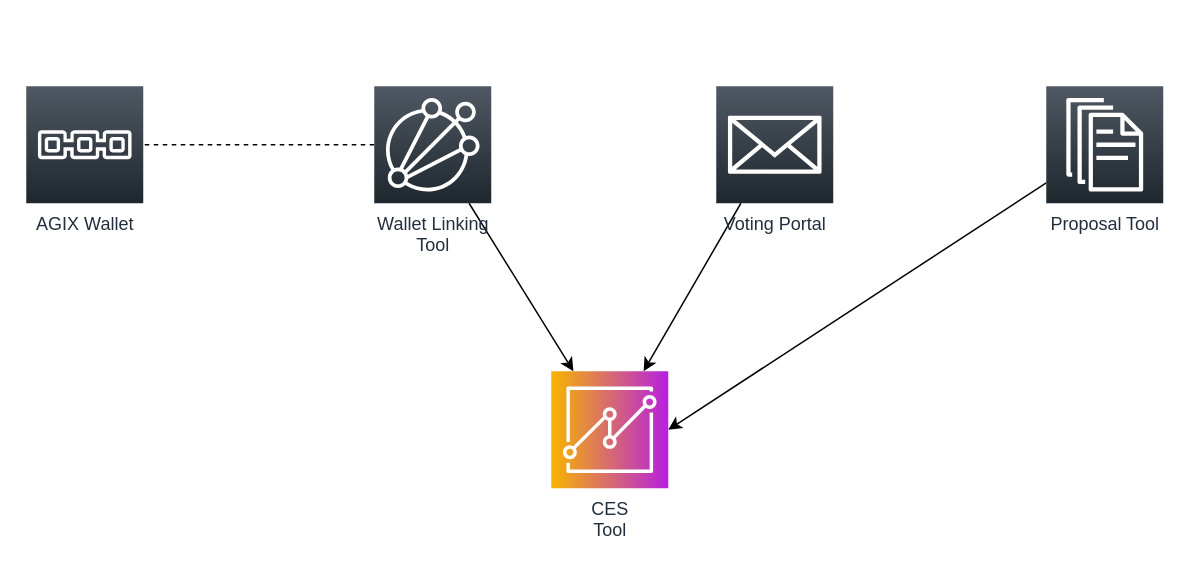
This is ces_tool/docs/images/system_overview.drawio from Photrek/Community-Governance, a draw.io file, before an edit. Source tidied: cells renumbered, new cells numbered last; positions are measured from the earlier drawing's top-left corner, leaving out a move shared by most shapes. Both pictures are drawn from the tidied source at 150%, with x=0, y=0 at pixel (26, 86).
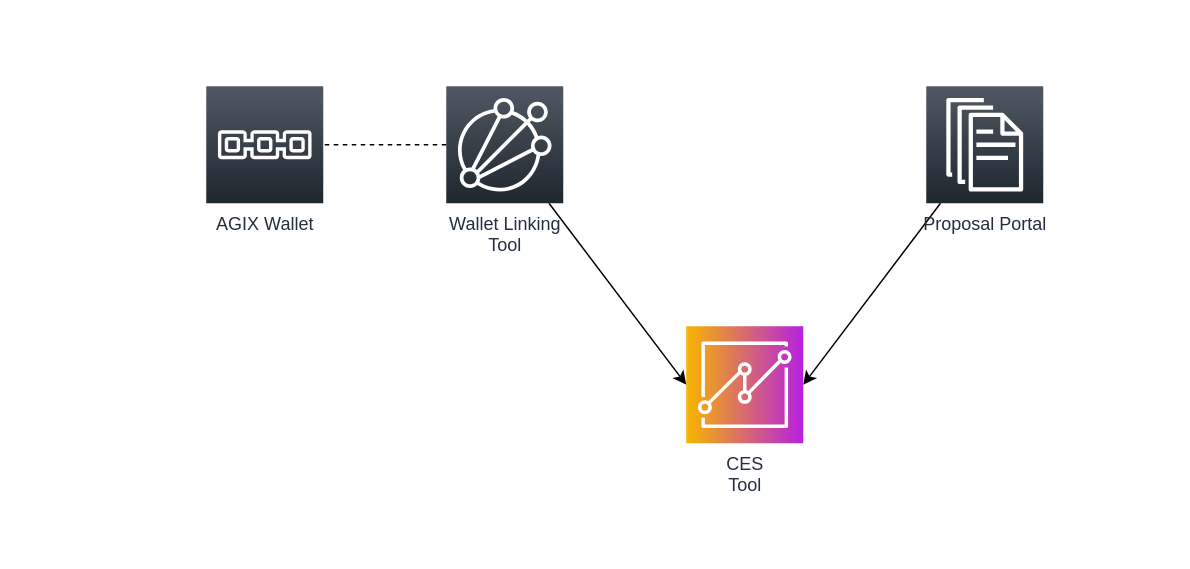
After the change.

Change to the diagram source:
```diff
@@
 <mxGraphModel>
   <root>
     <mxCell id="0" />
     <mxCell id="1" parent="0" />
-    <mxCell id="2" style="html=1;elbow=vertical;" parent="1" edge="1" source="3" target="10">
-      <mxGeometry relative="1" as="geometry" />
-    </mxCell>
-    <mxCell id="3" value="Voting Portal" style="sketch=0;points=[[0,0,0],[0.25,0,0],[0.5,0,0],[0.75,0,0],[1,0,0],[0,1,0],[0.25,1,0],[0.5,1,0],[0.75,1,0],[1,1,0],[0,0.25,0],[0,0.5,0],[0,0.75,0],[1,0.25,0],[1,0.5,0],[1,0.75,0]];gradientDirection=north;outlineConnect=0;fontColor=#232F3E;gradientColor=#505863;fillColor=#1E262E;strokeColor=#ffffff;dashed=0;verticalLabelPosition=bottom;verticalAlign=top;align=center;html=1;fontSize=12;fontStyle=0;shape=mxgraph.aws4.resourceIcon;resIcon=mxgraph.aws4.email_2;" parent="1" vertex="1">
-      <mxGeometry x="460" width="78" height="78" as="geometry" />
-    </mxCell>
+    <mxCell id="11" style="rounded=0;whiteSpace=wrap;html=1;strokeColor=none;" parent="1" vertex="1">
+      <mxGeometry x="100" y="-40" width="600" height="320" as="geometry" />
+    </mxCell>
     <mxCell id="4" style="edgeStyle=none;html=1;entryX=1;entryY=0.5;entryDx=0;entryDy=0;entryPerimeter=0;endArrow=classic;endFill=1;elbow=vertical;" parent="1" edge="1" source="5" target="10">
       <mxGeometry relative="1" as="geometry" />
     </mxCell>
-    <mxCell id="5" value="Proposal Tool" style="sketch=0;points=[[0,0,0],[0.25,0,0],[0.5,0,0],[0.75,0,0],[1,0,0],[0,1,0],[0.25,1,0],[0.5,1,0],[0.75,1,0],[1,1,0],[0,0.25,0],[0,0.5,0],[0,0.75,0],[1,0.25,0],[1,0.5,0],[1,0.75,0]];gradientDirection=north;outlineConnect=0;fontColor=#232F3E;gradientColor=#505863;fillColor=#1E262E;strokeColor=#ffffff;dashed=0;verticalLabelPosition=bottom;verticalAlign=top;align=center;html=1;fontSize=12;fontStyle=0;shape=mxgraph.aws4.resourceIcon;resIcon=mxgraph.aws4.documents;" parent="1" vertex="1">
-      <mxGeometry x="680" width="78" height="78" as="geometry" />
+    <mxCell id="5" value="Proposal Portal" style="sketch=0;points=[[0,0,0],[0.25,0,0],[0.5,0,0],[0.75,0,0],[1,0,0],[0,1,0],[0.25,1,0],[0.5,1,0],[0.75,1,0],[1,1,0],[0,0.25,0],[0,0.5,0],[0,0.75,0],[1,0.25,0],[1,0.5,0],[1,0.75,0]];gradientDirection=north;outlineConnect=0;fontColor=#232F3E;gradientColor=#505863;fillColor=#1E262E;strokeColor=#ffffff;dashed=0;verticalLabelPosition=bottom;verticalAlign=top;align=center;html=1;fontSize=12;fontStyle=0;shape=mxgraph.aws4.resourceIcon;resIcon=mxgraph.aws4.documents;" parent="1" vertex="1">
+      <mxGeometry x="600" width="78" height="78" as="geometry" />
     </mxCell>
     <mxCell id="6" style="edgeStyle=elbowEdgeStyle;elbow=vertical;html=1;endArrow=none;endFill=0;dashed=1;" parent="1" edge="1" source="8" target="9">
       <mxGeometry relative="1" as="geometry" />
     </mxCell>
-    <mxCell id="7" style="edgeStyle=none;html=1;endArrow=classic;endFill=1;elbow=vertical;" parent="1" edge="1" source="8" target="10">
+    <mxCell id="7" style="edgeStyle=none;html=1;endArrow=classic;endFill=1;elbow=vertical;entryX=0;entryY=0.5;entryDx=0;entryDy=0;entryPerimeter=0;" parent="1" edge="1" source="8" target="10">
       <mxGeometry relative="1" as="geometry" />
     </mxCell>
     <mxCell id="8" value="Wallet Linking&lt;br&gt;Tool" style="sketch=0;points=[[0,0,0],[0.25,0,0],[0.5,0,0],[0.75,0,0],[1,0,0],[0,1,0],[0.25,1,0],[0.5,1,0],[0.75,1,0],[1,1,0],[0,0.25,0],[0,0.5,0],[0,0.75,0],[1,0.25,0],[1,0.5,0],[1,0.75,0]];gradientDirection=north;outlineConnect=0;fontColor=#232F3E;gradientColor=#505863;fillColor=#1E262E;strokeColor=#ffffff;dashed=0;verticalLabelPosition=bottom;verticalAlign=top;align=center;html=1;fontSize=12;fontStyle=0;shape=mxgraph.aws4.resourceIcon;resIcon=mxgraph.aws4.iot_analytics;" parent="1" vertex="1">
-      <mxGeometry x="232" width="78" height="78" as="geometry" />
+      <mxGeometry x="280" width="78" height="78" as="geometry" />
     </mxCell>
     <mxCell id="9" value="AGIX Wallet" style="sketch=0;points=[[0,0,0],[0.25,0,0],[0.5,0,0],[0.75,0,0],[1,0,0],[0,1,0],[0.25,1,0],[0.5,1,0],[0.75,1,0],[1,1,0],[0,0.25,0],[0,0.5,0],[0,0.75,0],[1,0.25,0],[1,0.5,0],[1,0.75,0]];gradientDirection=north;outlineConnect=0;fontColor=#232F3E;gradientColor=#505863;fillColor=#1E262E;strokeColor=#ffffff;dashed=0;verticalLabelPosition=bottom;verticalAlign=top;align=center;html=1;fontSize=12;fontStyle=0;shape=mxgraph.aws4.resourceIcon;resIcon=mxgraph.aws4.blockchain;" parent="1" vertex="1">
-      <mxGeometry width="78" height="78" as="geometry" />
+      <mxGeometry x="120" width="78" height="78" as="geometry" />
     </mxCell>
     <mxCell id="10" value="CES&lt;br&gt;Tool" style="sketch=0;points=[[0,0,0],[0.25,0,0],[0.5,0,0],[0.75,0,0],[1,0,0],[0,1,0],[0.25,1,0],[0.5,1,0],[0.75,1,0],[1,1,0],[0,0.25,0],[0,0.5,0],[0,0.75,0],[1,0.25,0],[1,0.5,0],[1,0.75,0]];outlineConnect=0;fontColor=#232F3E;gradientColor=#b620e0;gradientDirection=east;fillColor=#f7b500;strokeColor=#ffffff;dashed=0;verticalLabelPosition=bottom;verticalAlign=top;align=center;html=1;fontSize=12;fontStyle=0;shape=mxgraph.aws4.resourceIcon;resIcon=mxgraph.aws4.quicksight;" parent="1" vertex="1">
-      <mxGeometry x="350" y="190" width="78" height="78" as="geometry" />
+      <mxGeometry x="440" y="160" width="78" height="78" as="geometry" />
     </mxCell>
   </root>
 </mxGraphModel>
```
